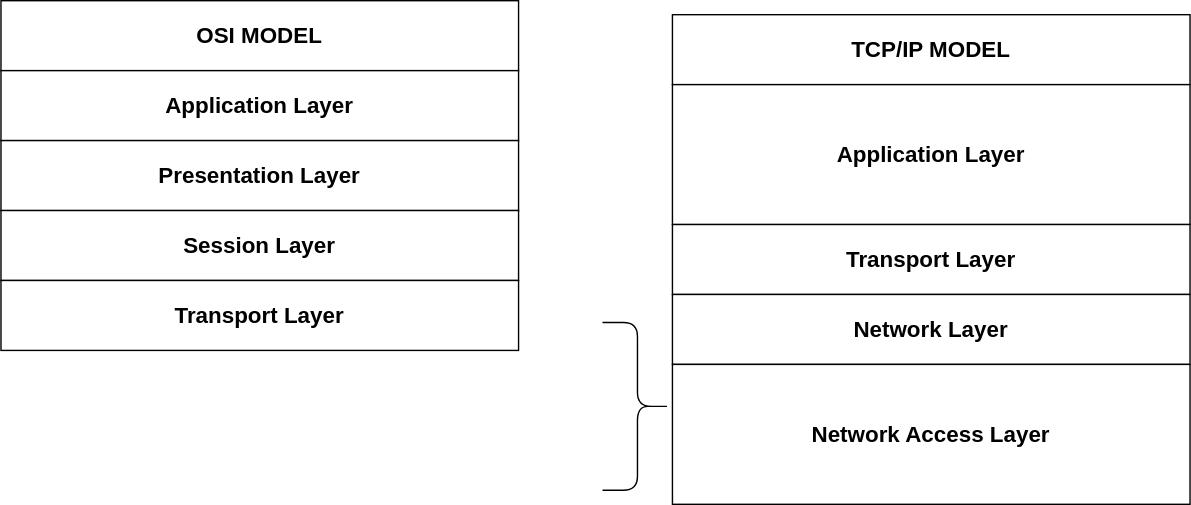
Earlier version of the draw.io export TCP/IP Model.drawio.svg (chloe-valentine/network-diagrams). Source tidied: cells renumbered, new cells last; positions are measured from the earlier drawing's top-left corner, leaving out a move shared by most shapes.
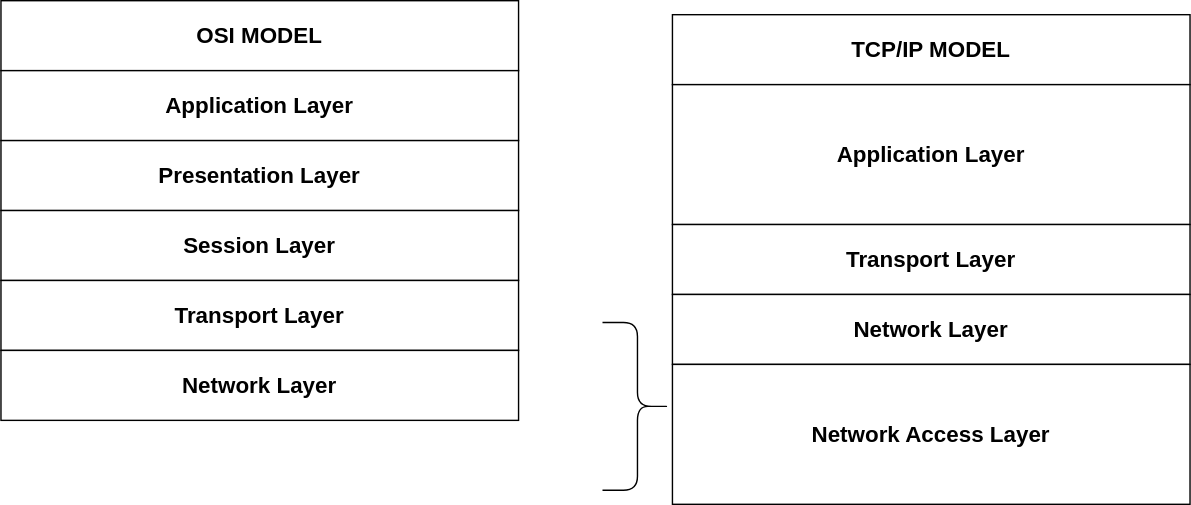
Above is the later version.

Change to the diagram source:
```diff
@@ -35,5 +35,8 @@
     <mxCell id="12" value="&lt;font style=&quot;font-size: 16px;&quot;&gt;&lt;b&gt;Transport Layer&lt;/b&gt;&lt;/font&gt;" style="rounded=0;whiteSpace=wrap;html=1;" parent="1" vertex="1">
       <mxGeometry y="200" width="370" height="50" as="geometry" />
     </mxCell>
+    <mxCell id="13" value="&lt;font style=&quot;font-size: 16px;&quot;&gt;&lt;b&gt;Network Layer&lt;/b&gt;&lt;/font&gt;" style="rounded=0;whiteSpace=wrap;html=1;" parent="1" vertex="1">
+      <mxGeometry y="250" width="370" height="50" as="geometry" />
+    </mxCell>
   </root>
 </mxGraphModel>
```
